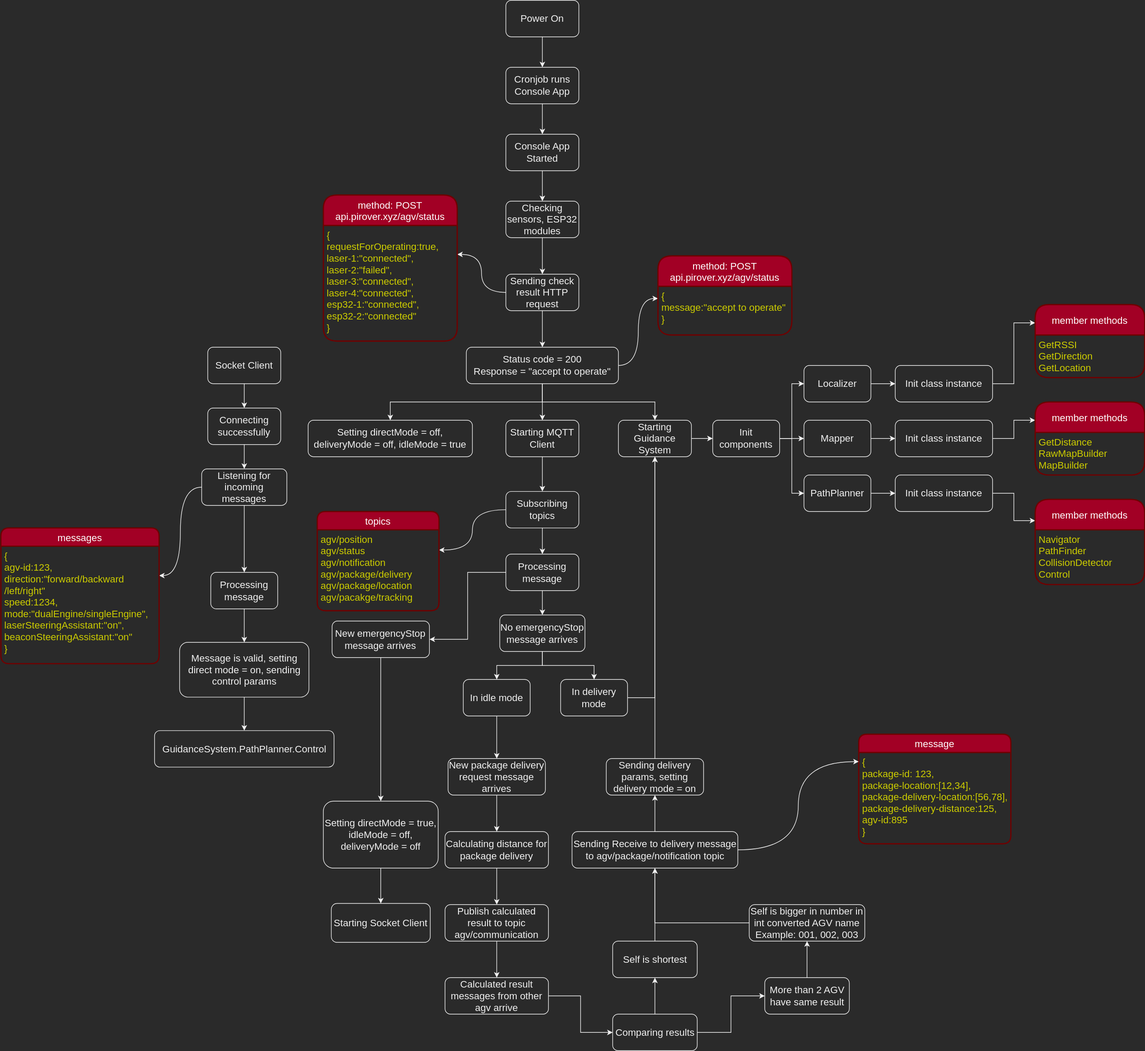
This is WorkFlows/AGV.svg from kirichain/AGV, a draw.io export, as it was before one commit. Source tidied: cells renumbered, new cells last; positions are measured from the earlier drawing's top-left corner, leaving out a move shared by most shapes.
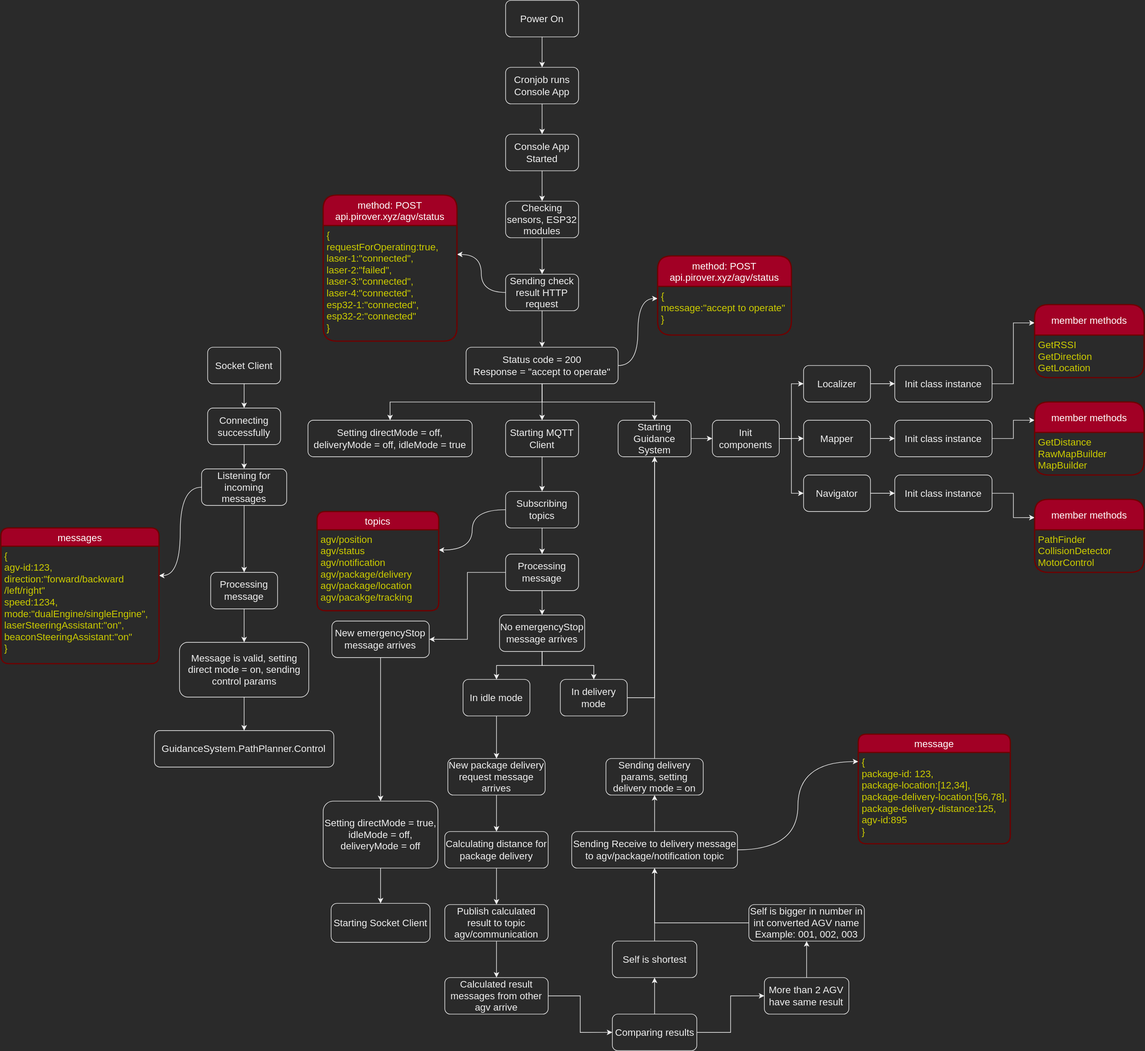
Later version of the same file.

The edit, as a diff of the source:
```diff
@@ -189,7 +189,7 @@
     <mxCell id="62" style="edgeStyle=orthogonalEdgeStyle;rounded=0;jettySize=auto;html=1;fontSize=16;" parent="1" edge="1" source="63" target="69">
       <mxGeometry relative="1" as="geometry" />
     </mxCell>
-    <mxCell id="63" value="&lt;span style=&quot;font-size: 16px;&quot;&gt;PathPlanner&lt;/span&gt;" style="rounded=1;whiteSpace=wrap;html=1;" parent="1" vertex="1">
+    <mxCell id="63" value="&lt;span style=&quot;font-size: 16px;&quot;&gt;Navigator&lt;/span&gt;" style="rounded=1;whiteSpace=wrap;html=1;" parent="1" vertex="1">
       <mxGeometry x="1320" y="780" width="110" height="60" as="geometry" />
     </mxCell>
     <mxCell id="64" style="edgeStyle=orthogonalEdgeStyle;rounded=0;jettySize=auto;html=1;entryX=0;entryY=0.25;entryDx=0;entryDy=0;fontSize=16;" parent="1" edge="1" source="65" target="70">
@@ -217,10 +217,10 @@
       <mxGeometry y="50" width="180" height="70" as="geometry" />
     </mxCell>
     <mxCell id="72" value="member methods" style="swimlane;horizontal=1;startSize=50;rounded=1;fontSize=16;fontStyle=0;strokeWidth=2;shadow=0;dashed=0;align=center;fillColor=#a20025;fontColor=#ffffff;strokeColor=#6F0000;" parent="1" vertex="1">
-      <mxGeometry x="1700" y="820" width="180" height="140" as="geometry" />
+      <mxGeometry x="1700" y="820" width="180" height="120" as="geometry" />
     </mxCell>
-    <mxCell id="73" value="Navigator&#10;PathFinder&#10;CollisionDetector&#10;Control" style="align=left;strokeColor=none;fillColor=none;spacingLeft=4;fontSize=16;verticalAlign=top;fontColor=#CCCC00;" parent="72" vertex="1">
-      <mxGeometry y="50" width="180" height="90" as="geometry" />
+    <mxCell id="73" value="PathFinder&#10;CollisionDetector&#10;MotorControl" style="align=left;strokeColor=none;fillColor=none;spacingLeft=4;fontSize=16;verticalAlign=top;fontColor=#CCCC00;" parent="72" vertex="1">
+      <mxGeometry y="50" width="180" height="70" as="geometry" />
     </mxCell>
     <mxCell id="74" value="member methods" style="swimlane;horizontal=1;startSize=50;rounded=1;fontSize=16;fontStyle=0;strokeWidth=2;shadow=0;dashed=0;align=center;fillColor=#a20025;fontColor=#ffffff;strokeColor=#6F0000;" parent="1" vertex="1">
       <mxGeometry x="1700" y="660" width="180" height="120" as="geometry" />
```
